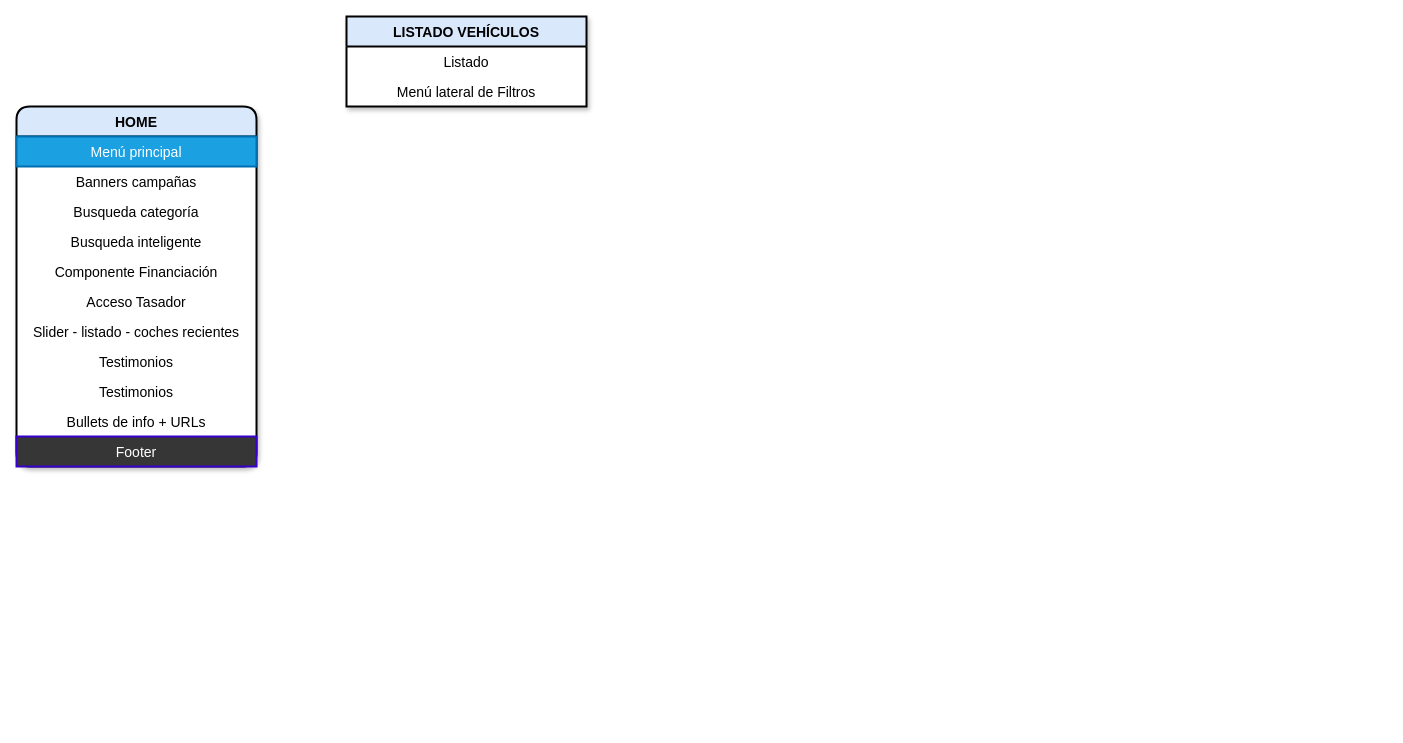
enriquesaez/homepage keeps this draw.io diagram as portfolio/Untitled Diagram.drawio. Above is the earlier version. Source tidied: cells renumbered, new cells numbered last; positions are measured from the earlier drawing's top-left corner, leaving out a move shared by most shapes. Both pictures are drawn from the tidied source at 100%, with x=0, y=0 at pixel (16, 16).
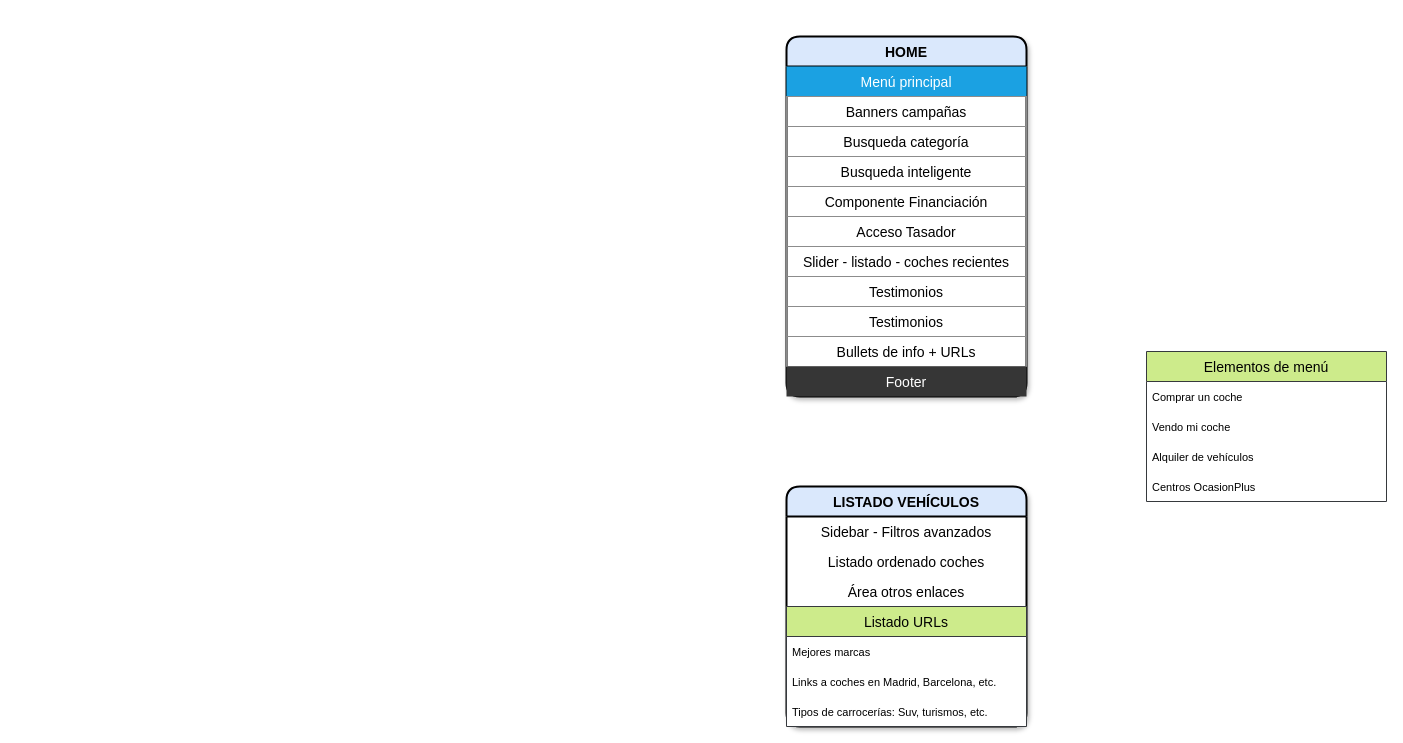
After the change.

Diff of the diagram source:
```diff
@@
     <mxCell id="2" value="HOME" style="swimlane;fontStyle=1;horizontal=1;startSize=30;fillColor=#dae8fc;strokeColor=default;gradientColor=none;swimlaneFillColor=default;strokeWidth=2;perimeterSpacing=0;rounded=1;shadow=1;sketch=0;glass=0;fontSize=14;" parent="1" vertex="1">
-      <mxGeometry y="90" width="240" height="360" as="geometry" />
+      <mxGeometry x="770" y="20" width="240" height="360" as="geometry" />
     </mxCell>
-    <mxCell id="3" value="Menú principal" style="text;strokeColor=#006EAF;fillColor=#1ba1e2;align=center;verticalAlign=middle;spacingLeft=4;spacingRight=4;overflow=hidden;strokeWidth=2;fontStyle=0;fontSize=14;fontColor=#ffffff;" parent="2" vertex="1">
+    <mxCell id="3" value="Menú principal" style="text;strokeColor=none;fillColor=#1ba1e2;align=center;verticalAlign=middle;spacingLeft=4;spacingRight=4;overflow=hidden;strokeWidth=2;fontStyle=0;fontSize=14;fontColor=#ffffff;" parent="2" vertex="1">
       <mxGeometry y="30" width="240" height="30" as="geometry" />
     </mxCell>
-    <mxCell id="4" value="Banners campañas" style="text;strokeColor=none;fillColor=none;align=center;verticalAlign=middle;spacingLeft=4;spacingRight=4;overflow=hidden;strokeWidth=2;fontStyle=0;fontSize=14;" parent="2" vertex="1">
+    <mxCell id="4" value="Banners campañas" style="text;strokeColor=#8C8C8C;fillColor=none;align=center;verticalAlign=middle;spacingLeft=4;spacingRight=4;overflow=hidden;strokeWidth=1;fontStyle=0;fontSize=14;" parent="2" vertex="1">
       <mxGeometry y="60" width="240" height="30" as="geometry" />
     </mxCell>
-    <mxCell id="5" value="Busqueda categoría" style="text;strokeColor=none;fillColor=none;align=center;verticalAlign=middle;spacingLeft=4;spacingRight=4;overflow=hidden;strokeWidth=2;fontStyle=0;fontSize=14;" parent="2" vertex="1">
+    <mxCell id="5" value="Busqueda categoría" style="text;strokeColor=#8C8C8C;fillColor=none;align=center;verticalAlign=middle;spacingLeft=4;spacingRight=4;overflow=hidden;strokeWidth=1;fontStyle=0;fontSize=14;" parent="2" vertex="1">
       <mxGeometry y="90" width="240" height="30" as="geometry" />
     </mxCell>
-    <mxCell id="6" value="Busqueda inteligente" style="text;strokeColor=none;fillColor=none;align=center;verticalAlign=middle;spacingLeft=4;spacingRight=4;overflow=hidden;strokeWidth=2;fontStyle=0;fontSize=14;" parent="2" vertex="1">
+    <mxCell id="6" value="Busqueda inteligente" style="text;strokeColor=#8C8C8C;fillColor=none;align=center;verticalAlign=middle;spacingLeft=4;spacingRight=4;overflow=hidden;strokeWidth=1;fontStyle=0;fontSize=14;" parent="2" vertex="1">
       <mxGeometry y="120" width="240" height="30" as="geometry" />
     </mxCell>
-    <mxCell id="7" value="Componente Financiación" style="text;strokeColor=none;fillColor=none;align=center;verticalAlign=middle;spacingLeft=4;spacingRight=4;overflow=hidden;strokeWidth=2;fontStyle=0;fontSize=14;" parent="2" vertex="1">
+    <mxCell id="7" value="Componente Financiación" style="text;strokeColor=#8C8C8C;fillColor=none;align=center;verticalAlign=middle;spacingLeft=4;spacingRight=4;overflow=hidden;strokeWidth=1;fontStyle=0;fontSize=14;" parent="2" vertex="1">
       <mxGeometry y="150" width="240" height="30" as="geometry" />
     </mxCell>
-    <mxCell id="8" value="Acceso Tasador" style="text;strokeColor=none;fillColor=none;align=center;verticalAlign=middle;spacingLeft=4;spacingRight=4;overflow=hidden;strokeWidth=2;fontStyle=0;fontSize=14;" parent="2" vertex="1">
+    <mxCell id="8" value="Acceso Tasador" style="text;strokeColor=#8C8C8C;fillColor=none;align=center;verticalAlign=middle;spacingLeft=4;spacingRight=4;overflow=hidden;strokeWidth=1;fontStyle=0;fontSize=14;" parent="2" vertex="1">
       <mxGeometry y="180" width="240" height="30" as="geometry" />
     </mxCell>
-    <mxCell id="9" value="Slider - listado - coches recientes" style="text;strokeColor=none;fillColor=none;align=center;verticalAlign=middle;spacingLeft=4;spacingRight=4;overflow=hidden;strokeWidth=2;fontStyle=0;fontSize=14;" parent="2" vertex="1">
+    <mxCell id="9" value="Slider - listado - coches recientes" style="text;strokeColor=#8C8C8C;fillColor=none;align=center;verticalAlign=middle;spacingLeft=4;spacingRight=4;overflow=hidden;strokeWidth=1;fontStyle=0;fontSize=14;" parent="2" vertex="1">
       <mxGeometry y="210" width="240" height="30" as="geometry" />
     </mxCell>
-    <mxCell id="10" value="Testimonios" style="text;strokeColor=none;fillColor=none;align=center;verticalAlign=middle;spacingLeft=4;spacingRight=4;overflow=hidden;strokeWidth=2;fontStyle=0;fontSize=14;" parent="2" vertex="1">
+    <mxCell id="10" value="Testimonios" style="text;strokeColor=#8C8C8C;fillColor=none;align=center;verticalAlign=middle;spacingLeft=4;spacingRight=4;overflow=hidden;strokeWidth=1;fontStyle=0;fontSize=14;" parent="2" vertex="1">
       <mxGeometry y="240" width="240" height="30" as="geometry" />
     </mxCell>
-    <mxCell id="11" value="Testimonios" style="text;strokeColor=none;fillColor=none;align=center;verticalAlign=middle;spacingLeft=4;spacingRight=4;overflow=hidden;strokeWidth=2;fontStyle=0;fontSize=14;" parent="2" vertex="1">
+    <mxCell id="11" value="Testimonios" style="text;strokeColor=#8C8C8C;fillColor=none;align=center;verticalAlign=middle;spacingLeft=4;spacingRight=4;overflow=hidden;strokeWidth=1;fontStyle=0;fontSize=14;" parent="2" vertex="1">
       <mxGeometry y="270" width="240" height="30" as="geometry" />
     </mxCell>
-    <mxCell id="12" value="Bullets de info + URLs" style="text;strokeColor=none;fillColor=none;align=center;verticalAlign=middle;spacingLeft=4;spacingRight=4;overflow=hidden;strokeWidth=2;fontStyle=0;fontSize=14;" parent="2" vertex="1">
+    <mxCell id="12" value="Bullets de info + URLs" style="text;strokeColor=#8C8C8C;fillColor=none;align=center;verticalAlign=middle;spacingLeft=4;spacingRight=4;overflow=hidden;strokeWidth=1;fontStyle=0;fontSize=14;" parent="2" vertex="1">
       <mxGeometry y="300" width="240" height="30" as="geometry" />
     </mxCell>
-    <mxCell id="13" value="Footer" style="text;strokeColor=#3700CC;fillColor=#363636;align=center;verticalAlign=middle;spacingLeft=4;spacingRight=4;overflow=hidden;strokeWidth=2;fontStyle=0;fontSize=14;fontColor=#ffffff;" parent="2" vertex="1">
+    <mxCell id="13" value="Footer" style="text;strokeColor=none;fillColor=#363636;align=center;verticalAlign=middle;spacingLeft=4;spacingRight=4;overflow=hidden;strokeWidth=2;fontStyle=0;fontSize=14;fontColor=#ffffff;" parent="2" vertex="1">
       <mxGeometry y="330" width="240" height="30" as="geometry" />
     </mxCell>
-    <mxCell id="14" value="LISTADO VEHÍCULOS" style="swimlane;fontStyle=1;horizontal=1;startSize=30;fillColor=#dae8fc;strokeColor=default;gradientColor=none;swimlaneFillColor=default;strokeWidth=2;perimeterSpacing=0;rounded=1;shadow=1;sketch=0;glass=0;fontSize=14;arcSize=0;" parent="1" vertex="1">
-      <mxGeometry x="330" width="240" height="90" as="geometry" />
+    <mxCell id="14" value="LISTADO VEHÍCULOS" style="swimlane;fontStyle=1;horizontal=1;startSize=30;fillColor=#dae8fc;strokeColor=default;gradientColor=none;swimlaneFillColor=default;strokeWidth=2;perimeterSpacing=0;rounded=1;shadow=1;sketch=0;glass=0;fontSize=14;" parent="1" vertex="1">
+      <mxGeometry x="770" y="470" width="240" height="240" as="geometry" />
     </mxCell>
-    <mxCell id="15" value="Listado" style="text;strokeColor=none;fillColor=none;align=center;verticalAlign=middle;spacingLeft=4;spacingRight=4;overflow=hidden;strokeWidth=2;fontStyle=0;fontSize=14;" parent="14" vertex="1">
-      <mxGeometry y="30" width="240" height="30" as="geometry" />
-    </mxCell>
-    <mxCell id="16" value="Menú lateral de Filtros" style="text;strokeColor=none;fillColor=none;align=center;verticalAlign=middle;spacingLeft=4;spacingRight=4;overflow=hidden;strokeWidth=2;fontStyle=0;fontSize=14;" parent="14" vertex="1">
-      <mxGeometry y="60" width="240" height="30" as="geometry" />
-    </mxCell>
+    <mxCell id="17" value="Sidebar - Filtros avanzados" style="text;strokeColor=none;fillColor=none;align=center;verticalAlign=middle;spacingLeft=4;spacingRight=4;overflow=hidden;strokeWidth=2;fontStyle=0;fontSize=14;" parent="14" vertex="1">
+      <mxGeometry y="30" width="240" height="30" as="geometry" />
+    </mxCell>
+    <mxCell id="18" value="Listado ordenado coches" style="text;strokeColor=none;fillColor=none;align=center;verticalAlign=middle;spacingLeft=4;spacingRight=4;overflow=hidden;strokeWidth=2;fontStyle=0;fontSize=14;" parent="14" vertex="1">
+      <mxGeometry y="60" width="240" height="30" as="geometry" />
+    </mxCell>
+    <mxCell id="19" value="Área otros enlaces" style="text;strokeColor=none;fillColor=none;align=center;verticalAlign=middle;spacingLeft=4;spacingRight=4;overflow=hidden;strokeWidth=2;fontStyle=0;fontSize=14;" parent="14" vertex="1">
+      <mxGeometry y="90" width="240" height="30" as="geometry" />
+    </mxCell>
+    <mxCell id="20" value="Listado URLs" style="swimlane;fontStyle=0;horizontal=1;startSize=30;fontFamily=Helvetica;fontSize=14;strokeWidth=1;fillColor=#cdeb8b;strokeColor=#36393d;gradientColor=none;swimlaneFillColor=default;" parent="14" vertex="1">
+      <mxGeometry y="120" width="240" height="120" as="geometry" />
+    </mxCell>
+    <mxCell id="21" value="Mejores marcas" style="text;strokeColor=none;fillColor=none;align=left;verticalAlign=middle;spacingLeft=4;spacingRight=4;overflow=hidden;fontFamily=Helvetica;fontSize=11;fontColor=default;" parent="20" vertex="1">
+      <mxGeometry y="30" width="240" height="30" as="geometry" />
+    </mxCell>
+    <mxCell id="22" value="Links a coches en Madrid, Barcelona, etc." style="text;strokeColor=none;fillColor=none;align=left;verticalAlign=middle;spacingLeft=4;spacingRight=4;overflow=hidden;fontFamily=Helvetica;fontSize=11;fontColor=default;" parent="20" vertex="1">
+      <mxGeometry y="60" width="240" height="30" as="geometry" />
+    </mxCell>
+    <mxCell id="23" value="Tipos de carrocerías: Suv, turismos, etc." style="text;strokeColor=none;fillColor=none;align=left;verticalAlign=middle;spacingLeft=4;spacingRight=4;overflow=hidden;fontFamily=Helvetica;fontSize=11;fontColor=default;" parent="20" vertex="1">
+      <mxGeometry y="90" width="240" height="30" as="geometry" />
+    </mxCell>
+    <mxCell id="24" value="Elementos de menú" style="swimlane;fontStyle=0;horizontal=1;startSize=30;fontFamily=Helvetica;fontSize=14;strokeWidth=1;fillColor=#cdeb8b;strokeColor=#36393d;gradientColor=none;swimlaneFillColor=default;" parent="1" vertex="1">
+      <mxGeometry x="1130" y="335" width="240" height="150" as="geometry" />
+    </mxCell>
+    <mxCell id="25" value="Comprar un coche" style="text;strokeColor=none;fillColor=none;align=left;verticalAlign=middle;spacingLeft=4;spacingRight=4;overflow=hidden;fontFamily=Helvetica;fontSize=11;fontColor=default;" parent="24" vertex="1">
+      <mxGeometry y="30" width="240" height="30" as="geometry" />
+    </mxCell>
+    <mxCell id="26" value="Vendo mi coche" style="text;strokeColor=none;fillColor=none;align=left;verticalAlign=middle;spacingLeft=4;spacingRight=4;overflow=hidden;fontFamily=Helvetica;fontSize=11;fontColor=default;" parent="24" vertex="1">
+      <mxGeometry y="60" width="240" height="30" as="geometry" />
+    </mxCell>
+    <mxCell id="27" value="Alquiler de vehículos" style="text;strokeColor=none;fillColor=none;align=left;verticalAlign=middle;spacingLeft=4;spacingRight=4;overflow=hidden;fontFamily=Helvetica;fontSize=11;fontColor=default;" parent="24" vertex="1">
+      <mxGeometry y="90" width="240" height="30" as="geometry" />
+    </mxCell>
+    <mxCell id="28" value="Centros OcasionPlus" style="text;strokeColor=none;fillColor=none;align=left;verticalAlign=middle;spacingLeft=4;spacingRight=4;overflow=hidden;fontFamily=Helvetica;fontSize=11;fontColor=default;" parent="24" vertex="1">
+      <mxGeometry y="120" width="240" height="30" as="geometry" />
+    </mxCell>
```
